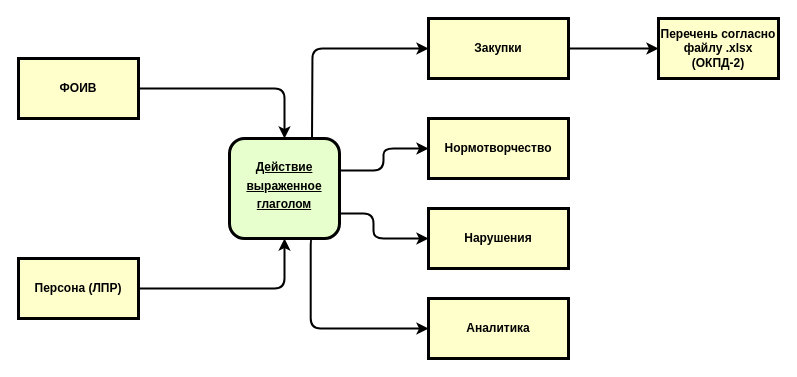
The draw.io diagram media-level-stucture.drawio in VPcenter/GeoJSON, before the edit. Source tidied: cells renumbered, new cells numbered last; positions are measured from the earlier drawing's top-left corner, leaving out a move shared by most shapes. Both pictures are drawn from the tidied source at 100%, with x=0, y=0 at pixel (18, -27).
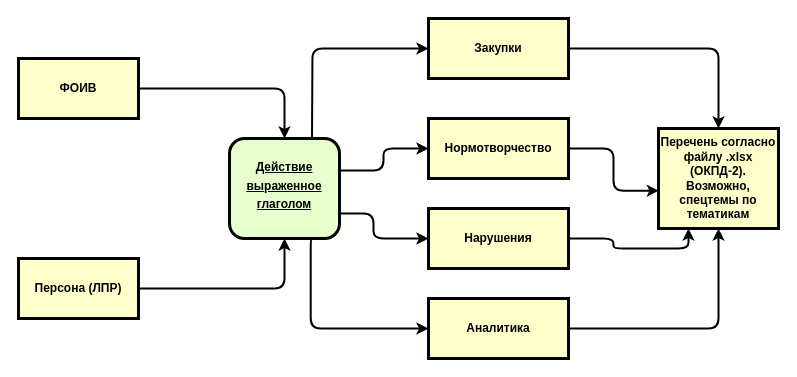
Above is the later version.

The change refers to these unchanged cells:
```xml
<mxCell id="7" value="Нормотворчество" style="whiteSpace=wrap;align=center;verticalAlign=middle;fontStyle=1;strokeWidth=3;fillColor=#FFFFCC;strokeColor=default;fontColor=default;" parent="1" vertex="1">
  <mxGeometry x="410" y="145" width="140" height="60" as="geometry" />
</mxCell>
<mxCell id="8" value="Аналитика" style="whiteSpace=wrap;align=center;verticalAlign=middle;fontStyle=1;strokeWidth=3;fillColor=#FFFFCC;strokeColor=default;fontColor=default;" parent="1" vertex="1">
  <mxGeometry x="410" y="325" width="140" height="60" as="geometry" />
</mxCell>
<mxCell id="9" value="Нарушения" style="whiteSpace=wrap;align=center;verticalAlign=middle;fontStyle=1;strokeWidth=3;fillColor=#FFFFCC;strokeColor=default;fontColor=default;" parent="1" vertex="1">
  <mxGeometry x="410" y="235" width="140" height="60" as="geometry" />
</mxCell>
```

Change to the diagram source:
```diff
@@
-    <mxCell id="16" value="Перечень согласно&lt;br&gt;файлу .xlsx (ОКПД-2)" style="whiteSpace=wrap;html=1;fontStyle=1;strokeWidth=3;fillColor=#FFFFCC;strokeColor=default;fontColor=default;" parent="1" vertex="1">
-      <mxGeometry x="640" y="45" width="120" height="60" as="geometry" />
+    <mxCell id="16" value="Перечень согласно&lt;br&gt;файлу .xlsx (ОКПД-2). Возможно, спецтемы по тематикам" style="whiteSpace=wrap;html=1;fontStyle=1;strokeWidth=3;fillColor=#FFFFCC;strokeColor=default;fontColor=default;" parent="1" vertex="1">
+      <mxGeometry x="640" y="155" width="120" height="100" as="geometry" />
     </mxCell>
+    <mxCell id="17" style="edgeStyle=orthogonalEdgeStyle;rounded=1;jettySize=auto;html=1;labelBackgroundColor=default;fontColor=default;strokeColor=default;strokeWidth=2;exitX=1;exitY=0.5;exitDx=0;exitDy=0;entryX=0.003;entryY=0.622;entryDx=0;entryDy=0;entryPerimeter=0;" parent="1" edge="1" source="7" target="16">
+      <mxGeometry relative="1" as="geometry" />
+    </mxCell>
+    <mxCell id="18" style="edgeStyle=orthogonalEdgeStyle;rounded=1;jettySize=auto;html=1;labelBackgroundColor=default;fontColor=default;strokeColor=default;strokeWidth=2;exitX=1;exitY=0.5;exitDx=0;exitDy=0;entryX=0.5;entryY=1;entryDx=0;entryDy=0;" parent="1" edge="1" source="8" target="16">
+      <mxGeometry relative="1" as="geometry" />
+    </mxCell>
+    <mxCell id="19" style="edgeStyle=orthogonalEdgeStyle;rounded=1;jettySize=auto;html=1;labelBackgroundColor=default;fontColor=default;strokeColor=default;strokeWidth=2;exitX=1;exitY=0.5;exitDx=0;exitDy=0;entryX=0.25;entryY=1;entryDx=0;entryDy=0;" parent="1" edge="1" source="9" target="16">
+      <mxGeometry relative="1" as="geometry" />
+    </mxCell>
```
